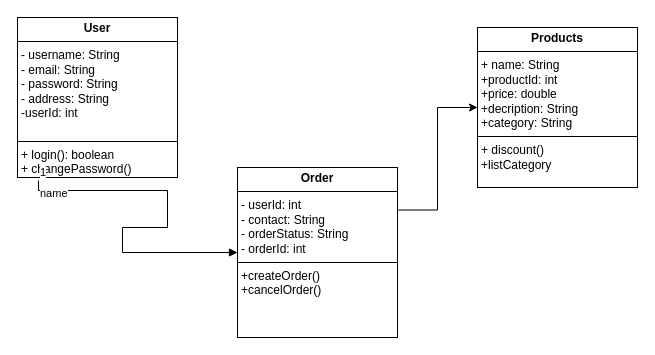
Above: Class Diagram.drawio in toluoyelola/sh0rt (draw.io), before the change. Source tidied: cells renumbered, new cells numbered last; positions are measured from the earlier drawing's top-left corner, leaving out a move shared by most shapes. Both pictures are drawn from the tidied source at 100%, with x=0, y=0 at pixel (17, 17).
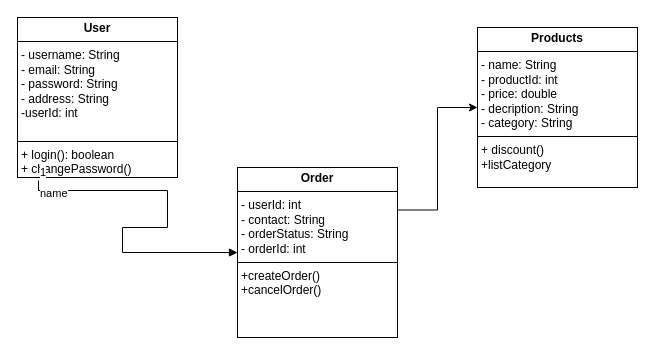
The same diagram, later.

The edit, as a diff of the source:
```diff
@@
 <mxGraphModel>
   <root>
     <mxCell id="0" />
     <mxCell id="1" parent="0" />
     <mxCell id="2" value="&lt;p style=&quot;margin:0px;margin-top:4px;text-align:center;&quot;&gt;&lt;b&gt;User&lt;/b&gt;&lt;/p&gt;&lt;hr size=&quot;1&quot; style=&quot;border-style:solid;&quot;&gt;&lt;p style=&quot;margin:0px;margin-left:4px;&quot;&gt;- username: String&lt;br&gt;- email: String&lt;br&gt;- password: String&lt;/p&gt;&lt;p style=&quot;margin:0px;margin-left:4px;&quot;&gt;- address: String&lt;/p&gt;&lt;p style=&quot;margin:0px;margin-left:4px;&quot;&gt;-userId: int&lt;/p&gt;&lt;p style=&quot;margin:0px;margin-left:4px;&quot;&gt;&lt;br&gt;&lt;/p&gt;&lt;hr size=&quot;1&quot; style=&quot;border-style:solid;&quot;&gt;&lt;p style=&quot;margin:0px;margin-left:4px;&quot;&gt;+ login(): boolean&lt;/p&gt;&lt;p style=&quot;margin:0px;margin-left:4px;&quot;&gt;+ changePassword()&lt;/p&gt;&lt;p style=&quot;margin:0px;margin-left:4px;&quot;&gt;+&lt;span style=&quot;background-color: initial;&quot;&gt;paymentMethod ()&lt;/span&gt;&lt;/p&gt;" style="verticalAlign=top;align=left;overflow=fill;html=1;whiteSpace=wrap;" parent="1" vertex="1">
       <mxGeometry width="160" height="160" as="geometry" />
     </mxCell>
-    <mxCell id="3" value="&lt;p style=&quot;margin:0px;margin-top:4px;text-align:center;&quot;&gt;&lt;b&gt;Products&lt;/b&gt;&lt;/p&gt;&lt;hr size=&quot;1&quot; style=&quot;border-style:solid;&quot;&gt;&lt;p style=&quot;margin:0px;margin-left:4px;&quot;&gt;+ name: String&lt;/p&gt;&lt;p style=&quot;margin:0px;margin-left:4px;&quot;&gt;+productId: int&lt;br&gt;+price: double&lt;/p&gt;&lt;p style=&quot;margin:0px;margin-left:4px;&quot;&gt;+decription: String&lt;/p&gt;&lt;p style=&quot;margin:0px;margin-left:4px;&quot;&gt;+category: String&lt;/p&gt;&lt;hr size=&quot;1&quot; style=&quot;border-style:solid;&quot;&gt;&lt;p style=&quot;margin:0px;margin-left:4px;&quot;&gt;+ discount()&lt;/p&gt;&lt;p style=&quot;margin:0px;margin-left:4px;&quot;&gt;+listCategory&lt;/p&gt;" style="verticalAlign=top;align=left;overflow=fill;html=1;whiteSpace=wrap;" parent="1" vertex="1">
+    <mxCell id="3" value="&lt;p style=&quot;margin:0px;margin-top:4px;text-align:center;&quot;&gt;&lt;b&gt;Products&lt;/b&gt;&lt;/p&gt;&lt;hr size=&quot;1&quot; style=&quot;border-style:solid;&quot;&gt;&lt;p style=&quot;margin:0px;margin-left:4px;&quot;&gt;- name: String&lt;/p&gt;&lt;p style=&quot;margin:0px;margin-left:4px;&quot;&gt;- productId: int&lt;br&gt;- price: double&lt;/p&gt;&lt;p style=&quot;margin:0px;margin-left:4px;&quot;&gt;- decription: String&lt;/p&gt;&lt;p style=&quot;margin:0px;margin-left:4px;&quot;&gt;- category: String&lt;/p&gt;&lt;hr size=&quot;1&quot; style=&quot;border-style:solid;&quot;&gt;&lt;p style=&quot;margin:0px;margin-left:4px;&quot;&gt;+ discount()&lt;/p&gt;&lt;p style=&quot;margin:0px;margin-left:4px;&quot;&gt;+listCategory&lt;/p&gt;" style="verticalAlign=top;align=left;overflow=fill;html=1;whiteSpace=wrap;" parent="1" vertex="1">
       <mxGeometry x="460" y="10" width="160" height="160" as="geometry" />
     </mxCell>
     <mxCell id="4" style="edgeStyle=orthogonalEdgeStyle;rounded=0;jettySize=auto;html=1;exitX=1;exitY=0.25;exitDx=0;exitDy=0;entryX=0;entryY=0.5;entryDx=0;entryDy=0;" parent="1" edge="1" source="5" target="3">
       <mxGeometry relative="1" as="geometry" />
     </mxCell>
     <mxCell id="5" value="&lt;p style=&quot;margin:0px;margin-top:4px;text-align:center;&quot;&gt;&lt;b&gt;Order&lt;/b&gt;&lt;/p&gt;&lt;hr size=&quot;1&quot; style=&quot;border-style:solid;&quot;&gt;&lt;p style=&quot;margin:0px;margin-left:4px;&quot;&gt;- userId: int&lt;br&gt;- contact: String&lt;/p&gt;&lt;p style=&quot;margin:0px;margin-left:4px;&quot;&gt;- orderStatus: String&lt;/p&gt;&lt;p style=&quot;margin:0px;margin-left:4px;&quot;&gt;- orderId: int&lt;/p&gt;&lt;hr size=&quot;1&quot; style=&quot;border-style:solid;&quot;&gt;&lt;p style=&quot;margin:0px;margin-left:4px;&quot;&gt;+createOrder()&lt;/p&gt;&lt;p style=&quot;margin:0px;margin-left:4px;&quot;&gt;+cancelOrder()&lt;/p&gt;" style="verticalAlign=top;align=left;overflow=fill;html=1;whiteSpace=wrap;" parent="1" vertex="1">
       <mxGeometry x="220" y="150" width="160" height="170" as="geometry" />
     </mxCell>
     <mxCell id="6" value="name" style="endArrow=block;endFill=1;html=1;edgeStyle=orthogonalEdgeStyle;align=left;verticalAlign=top;rounded=0;exitX=0.131;exitY=1.019;exitDx=0;exitDy=0;exitPerimeter=0;entryX=0;entryY=0.5;entryDx=0;entryDy=0;" parent="1" edge="1" source="2" target="5">
       <mxGeometry x="-1" relative="1" as="geometry">
         <Array as="points">
           <mxPoint x="150" y="173" />
           <mxPoint x="150" y="210" />
           <mxPoint x="105" y="210" />
           <mxPoint x="105" y="235" />
         </Array>
       </mxGeometry>
     </mxCell>
     <mxCell id="7" value="1" style="edgeLabel;html=1;align=left;verticalAlign=bottom;" parent="6" vertex="1">
       <mxGeometry x="-1" relative="1" as="geometry" />
     </mxCell>
   </root>
 </mxGraphModel>
```
